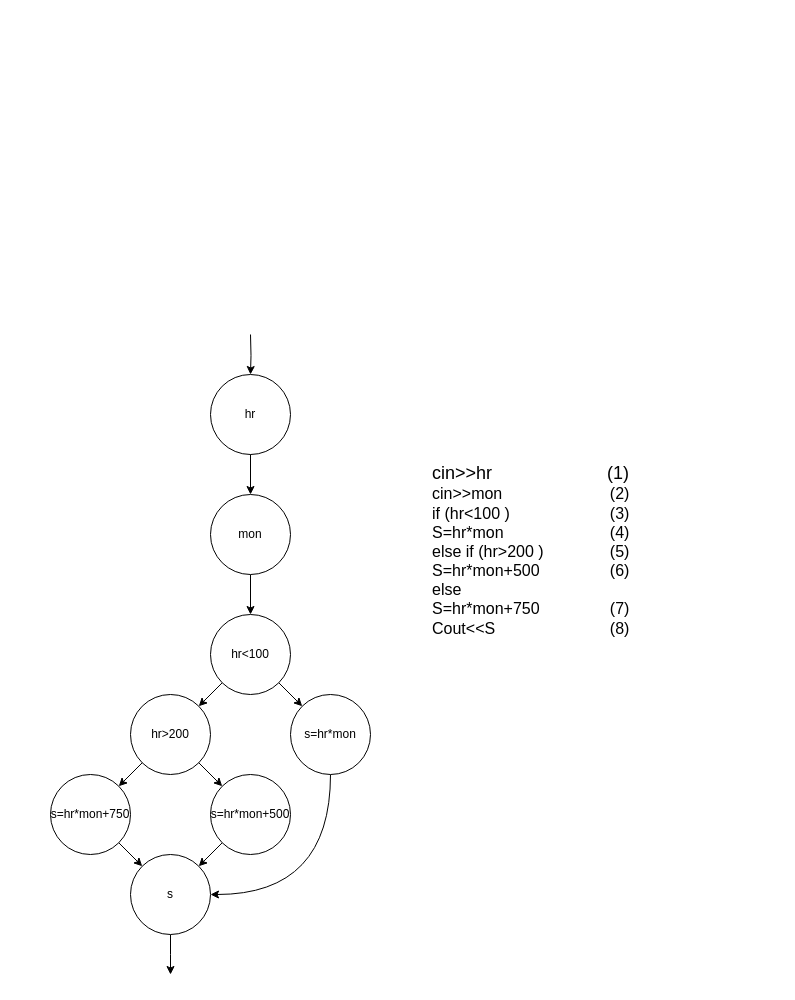
Before: Grafos_TP4_MII.drawio in JEOrellano/draw.io_TP4_G12_MII_TUSI, a draw.io diagram. Source tidied: cells renumbered, new cells numbered last; positions are measured from the earlier drawing's top-left corner, leaving out a move shared by most shapes. Both pictures are drawn from the tidied source at 100%, with x=0, y=0 at pixel (50, 334).
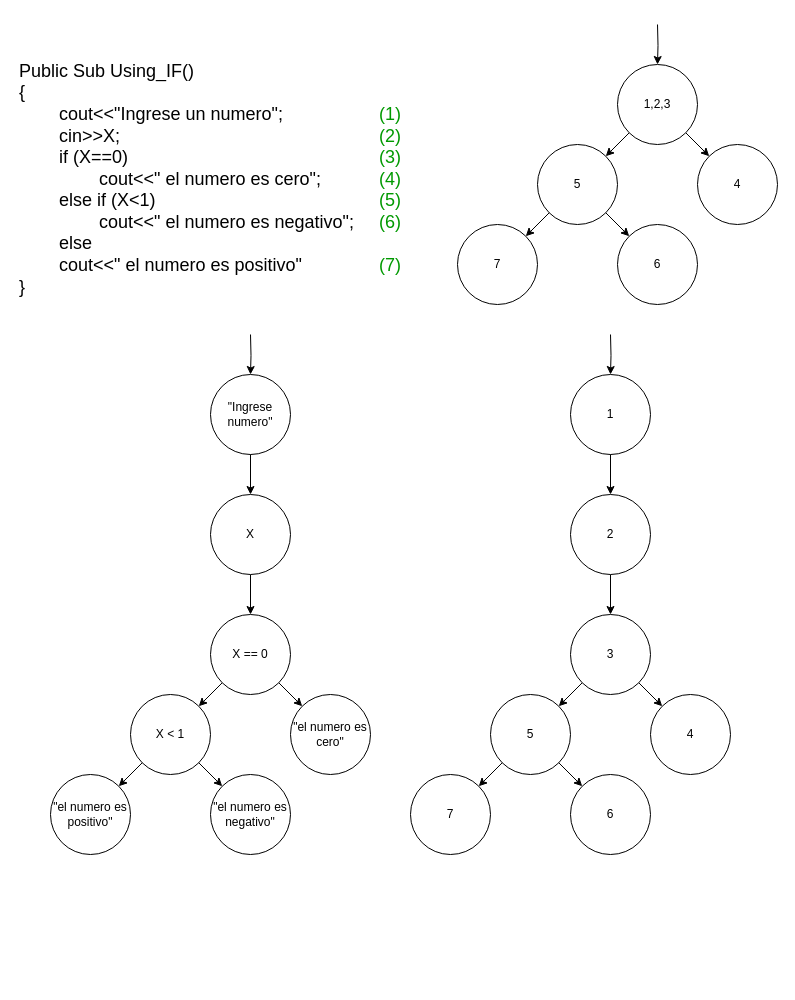
The same page after the edit.

The edit, as a diff of the source:
```diff
@@
-    <mxCell id="3" value="hr" style="ellipse;whiteSpace=wrap;html=1;" parent="1" vertex="1">
+    <mxCell id="3" value="&quot;Ingrese numero&quot;" style="ellipse;whiteSpace=wrap;html=1;" parent="1" vertex="1">
       <mxGeometry x="160" y="40" width="80" height="80" as="geometry" />
     </mxCell>
@@
-    <mxCell id="6" value="mon" style="ellipse;whiteSpace=wrap;html=1;" parent="1" vertex="1">
+    <mxCell id="6" value="X" style="ellipse;whiteSpace=wrap;html=1;" parent="1" vertex="1">
       <mxGeometry x="160" y="160" width="80" height="80" as="geometry" />
     </mxCell>
@@
-    <mxCell id="9" value="hr&amp;gt;200" style="ellipse;whiteSpace=wrap;html=1;" parent="1" vertex="1">
+    <mxCell id="9" value="X &amp;lt; 1" style="ellipse;whiteSpace=wrap;html=1;" parent="1" vertex="1">
       <mxGeometry x="80" y="360" width="80" height="80" as="geometry" />
     </mxCell>
-    <mxCell id="10" value="&lt;div&gt;&lt;span style=&quot;background-color: initial;&quot;&gt;&lt;font style=&quot;font-size: 18px;&quot;&gt;cin&amp;gt;&amp;gt;hr&lt;span style=&quot;white-space: pre;&quot;&gt;&#9;&lt;/span&gt;&lt;span style=&quot;white-space: pre;&quot;&gt;&#9;&lt;/span&gt;&lt;span style=&quot;white-space: pre;&quot;&gt;&#9;&lt;/span&gt;&amp;nbsp; &amp;nbsp;(1)&lt;/font&gt;&lt;/span&gt;&lt;/div&gt;&lt;div&gt;&lt;span style=&quot;background-color: initial;&quot;&gt;&lt;font size=&quot;3&quot;&gt;cin&amp;gt;&amp;gt;mon&lt;span style=&quot;white-space: pre;&quot;&gt;&#9;&lt;/span&gt;&lt;span style=&quot;white-space: pre;&quot;&gt;&#9;&lt;/span&gt;&lt;span style=&quot;white-space: pre;&quot;&gt;&#9;&lt;/span&gt;(2)&lt;/font&gt;&lt;/span&gt;&lt;/div&gt;&lt;div style=&quot;&quot;&gt;&lt;font size=&quot;3&quot;&gt;if (hr&amp;lt;100 )&lt;span style=&quot;white-space: pre;&quot;&gt;&#9;&lt;/span&gt;&lt;span style=&quot;white-space: pre;&quot;&gt;&#9;&lt;/span&gt;&lt;span style=&quot;white-space: pre;&quot;&gt;&#9;&lt;/span&gt;(3)&lt;/font&gt;&lt;/div&gt;&lt;div&gt;&lt;font size=&quot;3&quot;&gt;S=hr*mon&lt;span style=&quot;white-space: pre;&quot;&gt;&#9;&lt;/span&gt;&lt;span style=&quot;white-space: pre;&quot;&gt;&#9;&lt;/span&gt;&lt;span style=&quot;white-space: pre;&quot;&gt;&#9;&lt;/span&gt;(4)&lt;/font&gt;&lt;/div&gt;&lt;div&gt;&lt;font size=&quot;3&quot;&gt;else if (hr&amp;gt;200 )&lt;span style=&quot;white-space: pre;&quot;&gt;&#9;&lt;/span&gt;&lt;span style=&quot;white-space: pre;&quot;&gt;&#9;&lt;/span&gt;(5)&lt;/font&gt;&lt;/div&gt;&lt;div&gt;&lt;font size=&quot;3&quot;&gt;S=hr*mon+500&lt;span style=&quot;white-space: pre;&quot;&gt;&#9;&lt;/span&gt;&lt;span style=&quot;white-space: pre;&quot;&gt;&#9;&lt;/span&gt;(6)&lt;/font&gt;&lt;/div&gt;&lt;div&gt;&lt;font size=&quot;3&quot;&gt;else&amp;nbsp;&lt;/font&gt;&lt;/div&gt;&lt;div&gt;&lt;font size=&quot;3&quot;&gt;S=hr*mon+750&lt;span style=&quot;white-space: pre;&quot;&gt;&#9;&lt;/span&gt;&lt;span style=&quot;white-space: pre;&quot;&gt;&#9;&lt;/span&gt;(7)&lt;/font&gt;&lt;/div&gt;&lt;div&gt;&lt;font size=&quot;3&quot;&gt;Cout&amp;lt;&amp;lt;S&lt;span style=&quot;white-space: pre;&quot;&gt;&#9;&lt;/span&gt;&lt;span style=&quot;white-space: pre;&quot;&gt;&#9;&lt;/span&gt;&lt;span style=&quot;white-space: pre;&quot;&gt;&#9;&lt;/span&gt;&lt;span style=&quot;white-space: pre;&quot;&gt;&#9;&lt;/span&gt;(8)&lt;br&gt;&lt;/font&gt;&lt;/div&gt;&lt;div&gt;&lt;br&gt;&lt;/div&gt;" style="text;html=1;align=left;verticalAlign=middle;strokeColor=none;fillColor=none;" parent="1" vertex="1">
-      <mxGeometry x="380" y="123" width="220" height="200" as="geometry" />
+    <mxCell id="10" value="&lt;div&gt;&lt;span style=&quot;font-size: 18px;&quot;&gt;Public Sub Using_IF()&lt;/span&gt;&lt;/div&gt;&lt;div&gt;&lt;span style=&quot;font-size: 18px; background-color: initial;&quot;&gt;{&lt;/span&gt;&lt;br&gt;&lt;/div&gt;&lt;div&gt;&lt;span style=&quot;background-color: initial; font-size: 18px;&quot;&gt;&lt;span style=&quot;white-space: pre;&quot;&gt;&#9;&lt;/span&gt;cout&amp;lt;&amp;lt;&quot;Ingrese un numero&quot;;&lt;span style=&quot;white-space: pre;&quot;&gt;&#9;&lt;/span&gt;&lt;span style=&quot;white-space: pre;&quot;&gt;&#9;&lt;/span&gt;&lt;span style=&quot;white-space: pre;&quot;&gt;&#9;&lt;/span&gt;&lt;font color=&quot;#009900&quot;&gt;(1)&lt;/font&gt;&lt;/span&gt;&lt;br&gt;&lt;/div&gt;&lt;div&gt;&lt;span style=&quot;font-size: 18px;&quot;&gt;&lt;span style=&quot;white-space: pre;&quot;&gt;&#9;&lt;/span&gt;cin&amp;gt;&amp;gt;X;&lt;span style=&quot;white-space: pre;&quot;&gt;&#9;&lt;/span&gt;&lt;span style=&quot;white-space: pre;&quot;&gt;&#9;&lt;/span&gt;&lt;span style=&quot;white-space: pre;&quot;&gt;&#9;&lt;/span&gt;&lt;span style=&quot;white-space: pre;&quot;&gt;&#9;&lt;/span&gt;&lt;span style=&quot;white-space: pre;&quot;&gt;&#9;&lt;/span&gt;&lt;span style=&quot;white-space: pre;&quot;&gt;&#9;&lt;/span&gt;&lt;span style=&quot;white-space: pre;&quot;&gt;&#9;&lt;/span&gt;&lt;font color=&quot;#009900&quot;&gt;(2)&lt;/font&gt;&lt;/span&gt;&lt;/div&gt;&lt;div&gt;&lt;span style=&quot;font-size: 18px;&quot;&gt;&lt;span style=&quot;white-space: pre;&quot;&gt;&#9;&lt;/span&gt;if (X==0)&lt;span style=&quot;white-space: pre;&quot;&gt;&#9;&lt;/span&gt;&lt;span style=&quot;white-space: pre;&quot;&gt;&#9;&lt;/span&gt;&lt;span style=&quot;white-space: pre;&quot;&gt;&#9;&lt;/span&gt;&lt;span style=&quot;white-space: pre;&quot;&gt;&#9;&lt;/span&gt;&lt;span style=&quot;white-space: pre;&quot;&gt;&#9;&lt;/span&gt;&lt;span style=&quot;white-space: pre;&quot;&gt;&#9;&lt;/span&gt;&lt;span style=&quot;white-space: pre;&quot;&gt;&#9;&lt;/span&gt;&lt;font color=&quot;#009900&quot;&gt;(3)&lt;/font&gt;&lt;/span&gt;&lt;/div&gt;&lt;div&gt;&lt;span style=&quot;font-size: 18px;&quot;&gt;&lt;span style=&quot;white-space: pre;&quot;&gt;&#9;&lt;/span&gt;&lt;span style=&quot;white-space: pre;&quot;&gt;&#9;&lt;/span&gt;cout&amp;lt;&amp;lt;&quot; el numero es cero&quot;;&lt;span style=&quot;white-space: pre;&quot;&gt;&#9;&lt;/span&gt;&lt;span style=&quot;white-space: pre;&quot;&gt;&#9;&lt;/span&gt;&lt;font color=&quot;#009900&quot;&gt;(4)&lt;/font&gt;&lt;/span&gt;&lt;/div&gt;&lt;div&gt;&lt;span style=&quot;font-size: 18px;&quot;&gt;&lt;span style=&quot;white-space: pre;&quot;&gt;&#9;&lt;/span&gt;else if (X&amp;lt;1)&lt;span style=&quot;white-space: pre;&quot;&gt;&#9;&lt;/span&gt;&lt;span style=&quot;white-space: pre;&quot;&gt;&#9;&lt;/span&gt;&lt;span style=&quot;white-space: pre;&quot;&gt;&#9;&lt;/span&gt;&lt;span style=&quot;white-space: pre;&quot;&gt;&#9;&lt;/span&gt;&lt;span style=&quot;white-space: pre;&quot;&gt;&#9;&lt;/span&gt;&lt;span style=&quot;white-space: pre;&quot;&gt;&#9;&lt;/span&gt;&lt;font color=&quot;#009900&quot;&gt;(5)&lt;/font&gt;&lt;/span&gt;&lt;/div&gt;&lt;div&gt;&lt;span style=&quot;font-size: 18px; background-color: initial;&quot;&gt;&lt;span style=&quot;white-space: pre;&quot;&gt;&#9;&lt;/span&gt;&lt;span style=&quot;white-space: pre;&quot;&gt;&#9;&lt;/span&gt;cout&amp;lt;&amp;lt;&quot; el numero es negativo&quot;;&lt;span style=&quot;white-space: pre;&quot;&gt;&#9;&lt;/span&gt;&lt;font color=&quot;#009900&quot;&gt;(6)&lt;/font&gt;&lt;/span&gt;&lt;br&gt;&lt;/div&gt;&lt;div&gt;&lt;span style=&quot;font-size: 18px;&quot;&gt;&lt;span style=&quot;white-space: pre;&quot;&gt;&#9;&lt;/span&gt;else&lt;/span&gt;&lt;/div&gt;&lt;div&gt;&lt;span style=&quot;font-size: 18px;&quot;&gt;&lt;span style=&quot;white-space: pre;&quot;&gt;&#9;&lt;/span&gt;cout&amp;lt;&amp;lt;&quot; el numero es positivo&quot;&lt;span style=&quot;white-space: pre;&quot;&gt;&#9;&lt;/span&gt;&lt;span style=&quot;white-space: pre;&quot;&gt;&#9;&lt;/span&gt;&lt;font color=&quot;#009900&quot;&gt;(7)&lt;/font&gt;&lt;/span&gt;&lt;/div&gt;&lt;div&gt;&lt;span style=&quot;font-size: 18px;&quot;&gt;}&lt;br&gt;&lt;/span&gt;&lt;/div&gt;" style="text;html=1;align=left;verticalAlign=middle;strokeColor=none;fillColor=none;" parent="1" vertex="1">
+      <mxGeometry x="-33" y="-280" width="410" height="250" as="geometry" />
     </mxCell>
-    <mxCell id="11" style="edgeStyle=orthogonalEdgeStyle;rounded=0;jettySize=auto;html=1;exitX=0.5;exitY=1;exitDx=0;exitDy=0;entryX=1;entryY=0.5;entryDx=0;entryDy=0;elbow=vertical;curved=1;" parent="1" edge="1" source="12" target="21">
-      <mxGeometry relative="1" as="geometry" />
-    </mxCell>
-    <mxCell id="12" value="s=hr*mon" style="ellipse;whiteSpace=wrap;html=1;" parent="1" vertex="1">
+    <mxCell id="12" value="&quot;el numero es cero&quot;" style="ellipse;whiteSpace=wrap;html=1;" parent="1" vertex="1">
       <mxGeometry x="240" y="360" width="80" height="80" as="geometry" />
     </mxCell>
-    <mxCell id="13" value="hr&amp;lt;100" style="ellipse;whiteSpace=wrap;html=1;" parent="1" vertex="1">
+    <mxCell id="13" value="X == 0" style="ellipse;whiteSpace=wrap;html=1;" parent="1" vertex="1">
       <mxGeometry x="160" y="280" width="80" height="80" as="geometry" />
     </mxCell>
@@
-    <mxCell id="15" style="rounded=0;jettySize=auto;html=1;exitX=1;exitY=1;exitDx=0;exitDy=0;entryX=0;entryY=0;entryDx=0;entryDy=0;" parent="1" edge="1" source="16" target="21">
-      <mxGeometry relative="1" as="geometry" />
-    </mxCell>
-    <mxCell id="16" value="s=hr*mon+750" style="ellipse;whiteSpace=wrap;html=1;" parent="1" vertex="1">
+    <mxCell id="16" value="&quot;el numero es positivo&quot;" style="ellipse;whiteSpace=wrap;html=1;" parent="1" vertex="1">
       <mxGeometry y="440" width="80" height="80" as="geometry" />
     </mxCell>
@@
-    <mxCell id="18" style="rounded=0;jettySize=auto;html=1;exitX=0;exitY=1;exitDx=0;exitDy=0;entryX=1;entryY=0;entryDx=0;entryDy=0;" parent="1" edge="1" source="19" target="21">
-      <mxGeometry relative="1" as="geometry" />
-    </mxCell>
-    <mxCell id="19" value="s=hr*mon+500" style="ellipse;whiteSpace=wrap;html=1;" parent="1" vertex="1">
+    <mxCell id="19" value="&quot;el numero es negativo&quot;" style="ellipse;whiteSpace=wrap;html=1;" parent="1" vertex="1">
       <mxGeometry x="160" y="440" width="80" height="80" as="geometry" />
     </mxCell>
-    <mxCell id="20" style="edgeStyle=orthogonalEdgeStyle;rounded=0;jettySize=auto;html=1;exitX=0.5;exitY=1;exitDx=0;exitDy=0;" parent="1" edge="1" source="21">
-      <mxGeometry relative="1" as="geometry">
-        <mxPoint x="120" y="640" as="targetPoint" />
-      </mxGeometry>
-    </mxCell>
-    <mxCell id="21" value="s" style="ellipse;whiteSpace=wrap;html=1;" parent="1" vertex="1">
-      <mxGeometry x="80" y="520" width="80" height="80" as="geometry" />
-    </mxCell>
+    <mxCell id="22" style="edgeStyle=orthogonalEdgeStyle;rounded=0;jettySize=auto;html=1;entryX=0.5;entryY=0;entryDx=0;entryDy=0;" parent="1" edge="1" target="23">
+      <mxGeometry relative="1" as="geometry">
+        <mxPoint x="560" as="sourcePoint" />
+      </mxGeometry>
+    </mxCell>
+    <mxCell id="23" value="1" style="ellipse;whiteSpace=wrap;html=1;" parent="1" vertex="1">
+      <mxGeometry x="520" y="40" width="80" height="80" as="geometry" />
+    </mxCell>
+    <mxCell id="24" style="rounded=0;jettySize=auto;html=1;entryX=0;entryY=0;entryDx=0;entryDy=0;exitX=1;exitY=1;exitDx=0;exitDy=0;" parent="1" edge="1" source="31" target="30">
+      <mxGeometry relative="1" as="geometry" />
+    </mxCell>
+    <mxCell id="25" style="edgeStyle=orthogonalEdgeStyle;rounded=0;jettySize=auto;html=1;exitX=0.5;exitY=1;exitDx=0;exitDy=0;entryX=0.5;entryY=0;entryDx=0;entryDy=0;" parent="1" edge="1" source="26" target="31">
+      <mxGeometry relative="1" as="geometry" />
+    </mxCell>
+    <mxCell id="26" value="2" style="ellipse;whiteSpace=wrap;html=1;" parent="1" vertex="1">
+      <mxGeometry x="520" y="160" width="80" height="80" as="geometry" />
+    </mxCell>
+    <mxCell id="27" style="edgeStyle=orthogonalEdgeStyle;rounded=0;jettySize=auto;html=1;entryX=0.5;entryY=0;entryDx=0;entryDy=0;exitX=0.5;exitY=1;exitDx=0;exitDy=0;" parent="1" edge="1" source="23" target="26">
+      <mxGeometry relative="1" as="geometry" />
+    </mxCell>
+    <mxCell id="28" style="rounded=0;jettySize=auto;html=1;entryX=1;entryY=0;entryDx=0;entryDy=0;exitX=0;exitY=1;exitDx=0;exitDy=0;" parent="1" edge="1" source="31" target="29">
+      <mxGeometry relative="1" as="geometry" />
+    </mxCell>
+    <mxCell id="29" value="5" style="ellipse;whiteSpace=wrap;html=1;" parent="1" vertex="1">
+      <mxGeometry x="440" y="360" width="80" height="80" as="geometry" />
+    </mxCell>
+    <mxCell id="30" value="4" style="ellipse;whiteSpace=wrap;html=1;" parent="1" vertex="1">
+      <mxGeometry x="600" y="360" width="80" height="80" as="geometry" />
+    </mxCell>
+    <mxCell id="31" value="3" style="ellipse;whiteSpace=wrap;html=1;" parent="1" vertex="1">
+      <mxGeometry x="520" y="280" width="80" height="80" as="geometry" />
+    </mxCell>
+    <mxCell id="32" style="rounded=0;jettySize=auto;html=1;entryX=1;entryY=0;entryDx=0;entryDy=0;exitX=0;exitY=1;exitDx=0;exitDy=0;" parent="1" edge="1" source="29" target="33">
+      <mxGeometry relative="1" as="geometry" />
+    </mxCell>
+    <mxCell id="33" value="7" style="ellipse;whiteSpace=wrap;html=1;" parent="1" vertex="1">
+      <mxGeometry x="360" y="440" width="80" height="80" as="geometry" />
+    </mxCell>
+    <mxCell id="34" style="rounded=0;jettySize=auto;html=1;entryX=0;entryY=0;entryDx=0;entryDy=0;exitX=1;exitY=1;exitDx=0;exitDy=0;" parent="1" edge="1" source="29" target="35">
+      <mxGeometry relative="1" as="geometry" />
+    </mxCell>
+    <mxCell id="35" value="6" style="ellipse;whiteSpace=wrap;html=1;" parent="1" vertex="1">
+      <mxGeometry x="520" y="440" width="80" height="80" as="geometry" />
+    </mxCell>
+    <mxCell id="36" style="rounded=0;jettySize=auto;html=1;entryX=0;entryY=0;entryDx=0;entryDy=0;exitX=1;exitY=1;exitDx=0;exitDy=0;" parent="1" edge="1" source="41" target="40">
+      <mxGeometry relative="1" as="geometry" />
+    </mxCell>
+    <mxCell id="37" style="edgeStyle=orthogonalEdgeStyle;rounded=0;jettySize=auto;html=1;exitX=0.5;exitY=1;exitDx=0;exitDy=0;entryX=0.5;entryY=0;entryDx=0;entryDy=0;" parent="1" edge="1" target="41">
+      <mxGeometry relative="1" as="geometry">
+        <mxPoint x="607" y="-310" as="sourcePoint" />
+      </mxGeometry>
+    </mxCell>
+    <mxCell id="38" style="rounded=0;jettySize=auto;html=1;entryX=1;entryY=0;entryDx=0;entryDy=0;exitX=0;exitY=1;exitDx=0;exitDy=0;" parent="1" edge="1" source="41" target="39">
+      <mxGeometry relative="1" as="geometry" />
+    </mxCell>
+    <mxCell id="39" value="5" style="ellipse;whiteSpace=wrap;html=1;" parent="1" vertex="1">
+      <mxGeometry x="487" y="-190" width="80" height="80" as="geometry" />
+    </mxCell>
+    <mxCell id="40" value="4" style="ellipse;whiteSpace=wrap;html=1;" parent="1" vertex="1">
+      <mxGeometry x="647" y="-190" width="80" height="80" as="geometry" />
+    </mxCell>
+    <mxCell id="41" value="1,2,3" style="ellipse;whiteSpace=wrap;html=1;" parent="1" vertex="1">
+      <mxGeometry x="567" y="-270" width="80" height="80" as="geometry" />
+    </mxCell>
+    <mxCell id="42" style="rounded=0;jettySize=auto;html=1;entryX=1;entryY=0;entryDx=0;entryDy=0;exitX=0;exitY=1;exitDx=0;exitDy=0;" parent="1" edge="1" source="39" target="43">
+      <mxGeometry relative="1" as="geometry" />
+    </mxCell>
+    <mxCell id="43" value="7" style="ellipse;whiteSpace=wrap;html=1;" parent="1" vertex="1">
+      <mxGeometry x="407" y="-110" width="80" height="80" as="geometry" />
+    </mxCell>
+    <mxCell id="44" style="rounded=0;jettySize=auto;html=1;entryX=0;entryY=0;entryDx=0;entryDy=0;exitX=1;exitY=1;exitDx=0;exitDy=0;" parent="1" edge="1" source="39" target="45">
+      <mxGeometry relative="1" as="geometry" />
+    </mxCell>
+    <mxCell id="45" value="6" style="ellipse;whiteSpace=wrap;html=1;" parent="1" vertex="1">
+      <mxGeometry x="567" y="-110" width="80" height="80" as="geometry" />
+    </mxCell>
```
